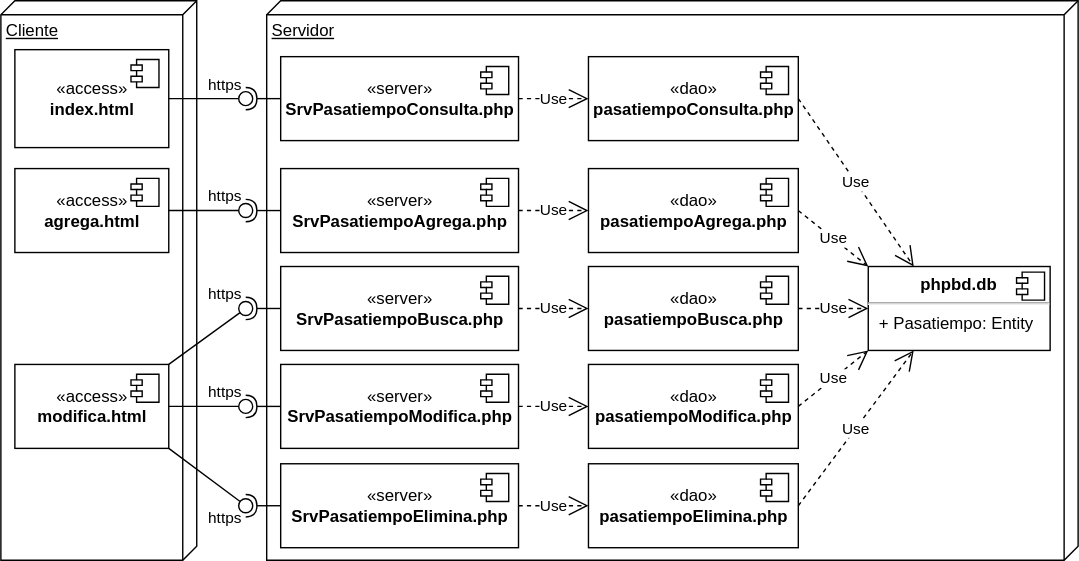
Above: img/m10bd/bddistribucion.drawio.svg in gilpgawoas/gilpgawoas.github.io (draw.io), before the change. Source tidied: cells renumbered, new cells last; positions are measured from the earlier drawing's top-left corner, leaving out a move shared by most shapes.
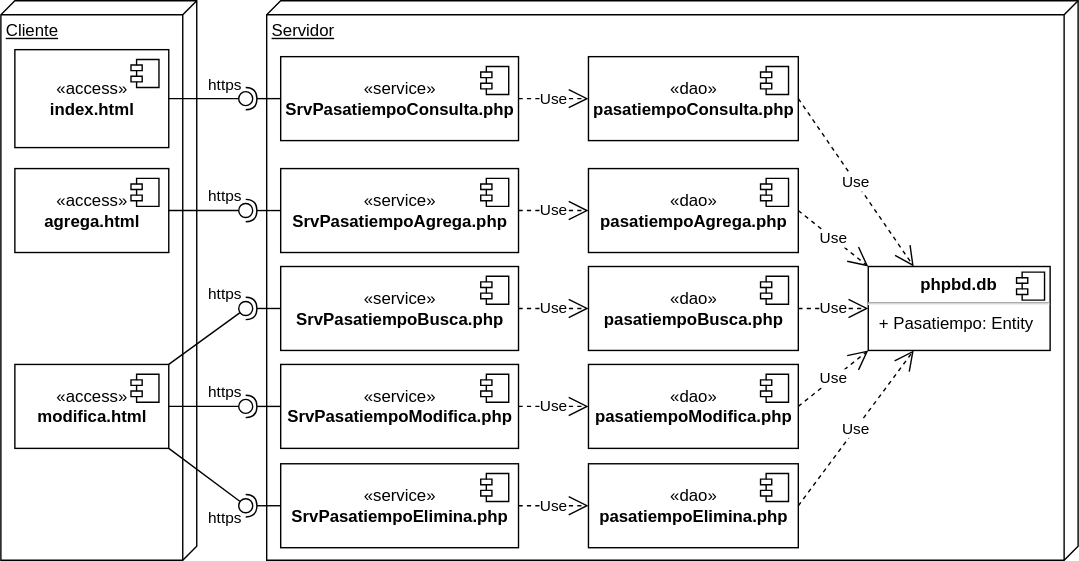
Later version of the same file.

Change to the diagram source:
```diff
@@ -16,7 +16,7 @@
     <mxCell id="5" value="Servidor" style="verticalAlign=top;align=left;spacingTop=8;spacingLeft=2;spacingRight=12;shape=cube;size=10;direction=south;fontStyle=4;html=1;" parent="1" vertex="1">
       <mxGeometry x="190" width="580" height="400" as="geometry" />
     </mxCell>
-    <mxCell id="6" value="«server»&lt;br&gt;&lt;b&gt;SrvPasatiempoConsulta.php&lt;/b&gt;" style="html=1;" parent="1" vertex="1">
+    <mxCell id="6" value="«service»&lt;br&gt;&lt;b&gt;SrvPasatiempoConsulta.php&lt;/b&gt;" style="html=1;" parent="1" vertex="1">
       <mxGeometry x="200" y="40" width="170" height="60" as="geometry" />
     </mxCell>
     <mxCell id="7" style="shape=module;jettyWidth=8;jettyHeight=4;" parent="6" vertex="1">
@@ -112,7 +112,7 @@
         <mxPoint x="-27" y="7" as="offset" />
       </mxGeometry>
     </mxCell>
-    <mxCell id="32" value="«server»&lt;br&gt;&lt;b&gt;SrvPasatiempoAgrega.php&lt;/b&gt;" style="html=1;" parent="1" vertex="1">
+    <mxCell id="32" value="«service»&lt;br&gt;&lt;b&gt;SrvPasatiempoAgrega.php&lt;/b&gt;" style="html=1;" parent="1" vertex="1">
       <mxGeometry x="200" y="120" width="170" height="60" as="geometry" />
     </mxCell>
     <mxCell id="33" style="shape=module;jettyWidth=8;jettyHeight=4;" parent="32" vertex="1">
@@ -120,7 +120,7 @@
         <mxPoint x="-27" y="7" as="offset" />
       </mxGeometry>
     </mxCell>
-    <mxCell id="34" value="«server»&lt;br&gt;&lt;b&gt;SrvPasatiempoBusca.php&lt;/b&gt;" style="html=1;" parent="1" vertex="1">
+    <mxCell id="34" value="«service»&lt;br&gt;&lt;b&gt;SrvPasatiempoBusca.php&lt;/b&gt;" style="html=1;" parent="1" vertex="1">
       <mxGeometry x="200" y="190" width="170" height="60" as="geometry" />
     </mxCell>
     <mxCell id="35" style="shape=module;jettyWidth=8;jettyHeight=4;" parent="34" vertex="1">
@@ -128,7 +128,7 @@
         <mxPoint x="-27" y="7" as="offset" />
       </mxGeometry>
     </mxCell>
-    <mxCell id="36" value="«server»&lt;br&gt;&lt;b&gt;SrvPasatiempoModifica.php&lt;/b&gt;" style="html=1;" parent="1" vertex="1">
+    <mxCell id="36" value="«service»&lt;br&gt;&lt;b&gt;SrvPasatiempoModifica.php&lt;/b&gt;" style="html=1;" parent="1" vertex="1">
       <mxGeometry x="200" y="260" width="170" height="60" as="geometry" />
     </mxCell>
     <mxCell id="37" style="shape=module;jettyWidth=8;jettyHeight=4;" parent="36" vertex="1">
@@ -136,7 +136,7 @@
         <mxPoint x="-27" y="7" as="offset" />
       </mxGeometry>
     </mxCell>
-    <mxCell id="38" value="«server»&lt;br&gt;&lt;b&gt;SrvPasatiempoElimina.php&lt;/b&gt;" style="html=1;" parent="1" vertex="1">
+    <mxCell id="38" value="«service»&lt;br&gt;&lt;b&gt;SrvPasatiempoElimina.php&lt;/b&gt;" style="html=1;" parent="1" vertex="1">
       <mxGeometry x="200" y="331" width="170" height="60" as="geometry" />
     </mxCell>
     <mxCell id="39" style="shape=module;jettyWidth=8;jettyHeight=4;" parent="38" vertex="1">
```
